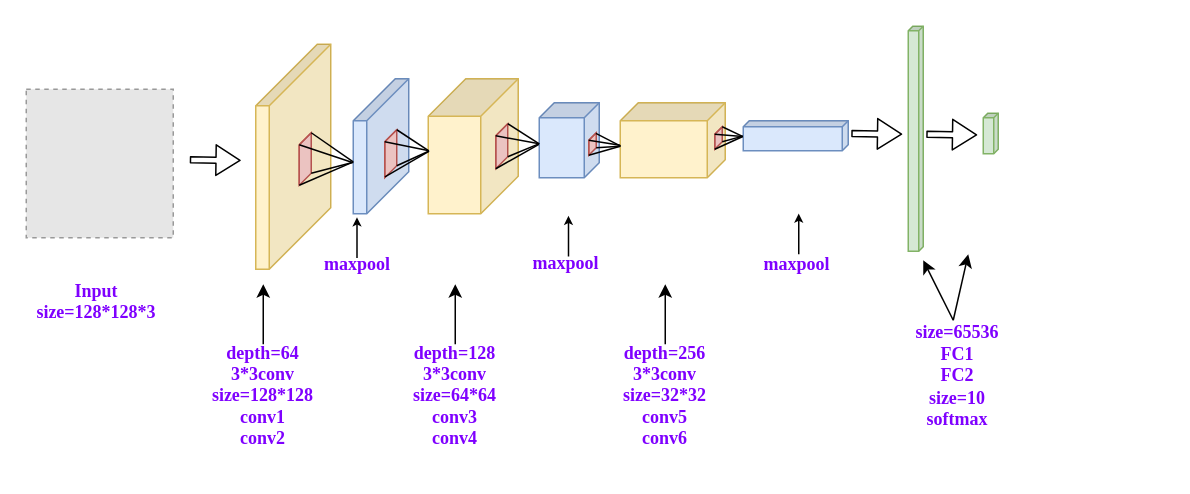
Above: cnn.drawio in ByronGe/ff (draw.io), before the change. Source tidied: cells renumbered, new cells numbered last; positions are measured from the earlier drawing's top-left corner, leaving out a move shared by most shapes. Both pictures are drawn from the tidied source at 150%, with x=0, y=0 at pixel (26, 26). Pictures stored in the file or linked from it are replaced by grey dashed boxes.
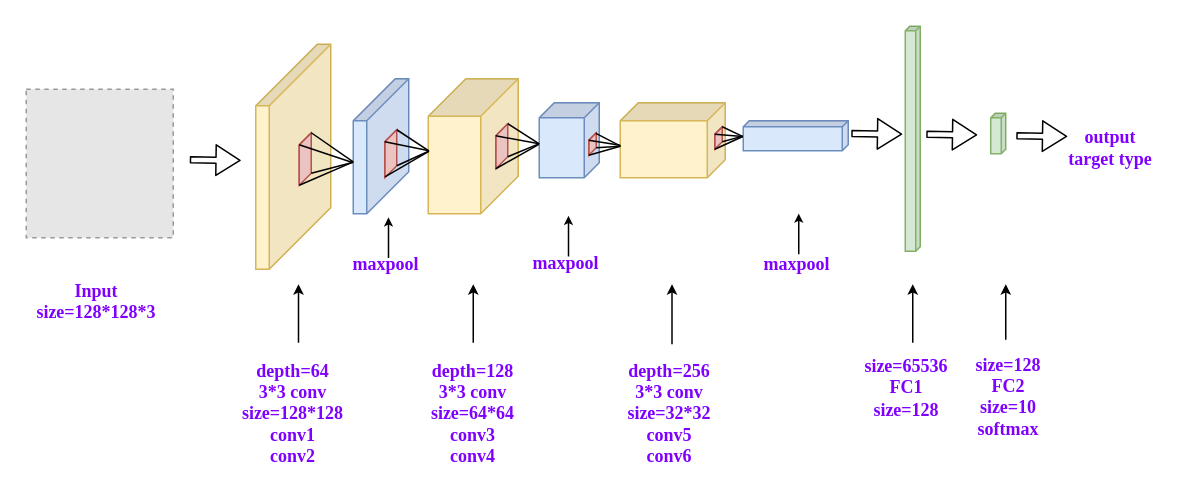
Above is the later version.

The edit, as a diff of the source:
```diff
@@
     <mxCell id="8" style="shape=cube;whiteSpace=wrap;html=1;boundedLbl=1;backgroundOutline=1;darkOpacity=0.05;darkOpacity2=0.1;fillColor=#d5e8d4;strokeColor=#82b366;size=3;direction=south;" parent="1" vertex="1">
-      <mxGeometry x="588" width="10" height="150" as="geometry" />
+      <mxGeometry x="586" width="10" height="150" as="geometry" />
     </mxCell>
     <mxCell id="9" style="shape=cube;whiteSpace=wrap;html=1;boundedLbl=1;backgroundOutline=1;darkOpacity=0.05;darkOpacity2=0.1;fillColor=#d5e8d4;strokeColor=#82b366;size=3;direction=south;" parent="1" vertex="1">
-      <mxGeometry x="638" y="58" width="10" height="27" as="geometry" />
+      <mxGeometry x="643" y="58" width="10" height="27" as="geometry" />
     </mxCell>
@@
-    <mxCell id="36" value="&lt;font color=&quot;#7f00ff&quot;&gt;&lt;b&gt;depth=64&lt;br&gt;3*3conv&lt;br&gt;size=128*128&lt;br&gt;conv1&lt;br&gt;conv2&lt;/b&gt;&lt;/font&gt;&lt;br&gt;" style="text;html=1;strokeColor=none;fillColor=none;align=center;verticalAlign=middle;whiteSpace=wrap;rounded=0;fontFamily=Times New Roman;" parent="1" vertex="1">
-      <mxGeometry x="118" y="212" width="80" height="68" as="geometry" />
+    <mxCell id="36" value="&lt;font color=&quot;#7f00ff&quot;&gt;&lt;b&gt;depth=64&lt;br&gt;3*3 conv&lt;br&gt;size=128*128&lt;br&gt;conv1&lt;br&gt;conv2&lt;/b&gt;&lt;/font&gt;&lt;br&gt;" style="text;html=1;strokeColor=none;fillColor=none;align=center;verticalAlign=middle;whiteSpace=wrap;rounded=0;fontFamily=Times New Roman;" parent="1" vertex="1">
+      <mxGeometry x="138" y="224" width="80" height="68" as="geometry" />
     </mxCell>
     <mxCell id="37" value="&lt;font color=&quot;#7f00ff&quot;&gt;&lt;b&gt;maxpool&lt;br&gt;&lt;/b&gt;&lt;/font&gt;&lt;br&gt;" style="text;html=1;strokeColor=none;fillColor=none;align=center;verticalAlign=middle;whiteSpace=wrap;rounded=0;fontFamily=Times New Roman;" parent="1" vertex="1">
-      <mxGeometry x="201" y="156" width="40" height="20" as="geometry" />
+      <mxGeometry x="220" y="156" width="40" height="20" as="geometry" />
     </mxCell>
@@
-    <mxCell id="40" value="&lt;font color=&quot;#7f00ff&quot;&gt;&lt;b&gt;size=65536&lt;br&gt;FC1&lt;br&gt;FC2&lt;br&gt;size=10&lt;br&gt;softmax&lt;br&gt;&lt;/b&gt;&lt;/font&gt;&lt;br&gt;" style="text;html=1;strokeColor=none;fillColor=none;align=center;verticalAlign=middle;whiteSpace=wrap;rounded=0;direction=south;fontFamily=Times New Roman;" parent="1" vertex="1">
-      <mxGeometry x="611" y="220" width="20" height="40" as="geometry" />
+    <mxCell id="40" value="&lt;font color=&quot;#7f00ff&quot; style=&quot;font-size: 12px&quot;&gt;&lt;b style=&quot;font-size: 12px&quot;&gt;size=65536&lt;br style=&quot;font-size: 12px&quot;&gt;FC1&lt;br style=&quot;font-size: 12px&quot;&gt;size=128&lt;br style=&quot;font-size: 12px&quot;&gt;&lt;/b&gt;&lt;/font&gt;&lt;br&gt;" style="text;html=1;strokeColor=none;fillColor=none;align=center;verticalAlign=middle;whiteSpace=wrap;rounded=0;direction=south;fontFamily=Times New Roman;" parent="1" vertex="1">
+      <mxGeometry x="577" y="228" width="20" height="40" as="geometry" />
     </mxCell>
@@
-    <mxCell id="43" style="endArrow=classic;html=1;exitX=0.5;exitY=0;exitDx=0;exitDy=0;" parent="1" edge="1" source="36">
+    <mxCell id="43" style="endArrow=classic;html=1;endSize=4;" parent="1" edge="1">
       <mxGeometry relative="1" as="geometry">
-        <mxPoint x="158" y="172" as="targetPoint" />
+        <mxPoint x="181.5" y="211" as="sourcePoint" />
+        <mxPoint x="181.5" y="172" as="targetPoint" />
       </mxGeometry>
     </mxCell>
-    <mxCell id="44" style="endArrow=classic;html=1;" parent="1" edge="1">
-      <mxGeometry relative="1" as="geometry">
-        <mxPoint x="618" y="196" as="sourcePoint" />
-        <mxPoint x="628" y="152" as="targetPoint" />
-      </mxGeometry>
-    </mxCell>
-    <mxCell id="45" style="endArrow=classic;html=1;" parent="1" edge="1">
-      <mxGeometry relative="1" as="geometry">
-        <mxPoint x="618" y="196" as="sourcePoint" />
-        <mxPoint x="598" y="156" as="targetPoint" />
-      </mxGeometry>
-    </mxCell>
@@
-    <mxCell id="47" style="endArrow=classic;html=1;exitX=0.5;exitY=0;exitDx=0;exitDy=0;" parent="1" edge="1" source="53">
-      <mxGeometry relative="1" as="geometry">
-        <mxPoint x="286" y="172" as="targetPoint" />
-      </mxGeometry>
-    </mxCell>
-    <mxCell id="48" style="endArrow=classic;html=1;endSize=6;exitX=0.5;exitY=0;exitDx=0;exitDy=0;" parent="1" edge="1" source="54">
-      <mxGeometry relative="1" as="geometry">
-        <mxPoint x="426" y="172" as="targetPoint" />
-      </mxGeometry>
-    </mxCell>
@@
     <mxCell id="52" style="endArrow=classic;html=1;entryX=0;entryY=0;entryDx=90;entryDy=34;entryPerimeter=0;endSize=3;" parent="1" edge="1">
       <mxGeometry relative="1" as="geometry">
-        <mxPoint x="220.5" y="154.5" as="sourcePoint" />
-        <mxPoint x="220.5" y="127.4" as="targetPoint" />
+        <mxPoint x="241.5" y="154.5" as="sourcePoint" />
+        <mxPoint x="241.5" y="127.4" as="targetPoint" />
       </mxGeometry>
     </mxCell>
-    <mxCell id="53" value="&lt;b&gt;&lt;font color=&quot;#7f00ff&quot;&gt;depth=128&lt;br&gt;3*3conv&lt;br&gt;size=64*64&lt;br&gt;conv3&lt;br&gt;conv4&lt;/font&gt;&lt;/b&gt;" style="text;html=1;strokeColor=none;fillColor=none;align=center;verticalAlign=middle;whiteSpace=wrap;rounded=0;fontFamily=Times New Roman;" parent="1" vertex="1">
-      <mxGeometry x="246" y="212" width="80" height="68" as="geometry" />
+    <mxCell id="53" value="&lt;b&gt;&lt;font color=&quot;#7f00ff&quot;&gt;depth=128&lt;br&gt;3*3 conv&lt;br&gt;size=64*64&lt;br&gt;conv3&lt;br&gt;conv4&lt;/font&gt;&lt;/b&gt;" style="text;html=1;strokeColor=none;fillColor=none;align=center;verticalAlign=middle;whiteSpace=wrap;rounded=0;fontFamily=Times New Roman;" parent="1" vertex="1">
+      <mxGeometry x="258" y="224" width="80" height="68" as="geometry" />
     </mxCell>
-    <mxCell id="54" value="&lt;b&gt;&lt;font color=&quot;#7f00ff&quot;&gt;depth=256&lt;br&gt;3*3conv&lt;br&gt;size=32*32&lt;br&gt;conv5&lt;br&gt;conv6&lt;/font&gt;&lt;/b&gt;" style="text;html=1;strokeColor=none;fillColor=none;align=center;verticalAlign=middle;whiteSpace=wrap;rounded=0;fontFamily=Times New Roman;" parent="1" vertex="1">
-      <mxGeometry x="386" y="212" width="80" height="68" as="geometry" />
+    <mxCell id="54" value="&lt;b&gt;&lt;font color=&quot;#7f00ff&quot;&gt;depth=256&lt;br&gt;3*3 conv&lt;br&gt;size=32*32&lt;br&gt;conv5&lt;br&gt;conv6&lt;/font&gt;&lt;/b&gt;" style="text;html=1;strokeColor=none;fillColor=none;align=center;verticalAlign=middle;whiteSpace=wrap;rounded=0;fontFamily=Times New Roman;" parent="1" vertex="1">
+      <mxGeometry x="389" y="224" width="80" height="68" as="geometry" />
     </mxCell>
+    <mxCell id="55" style="endArrow=classic;html=1;endSize=4;exitX=0.5;exitY=0;exitDx=0;exitDy=0;" parent="1" edge="1">
+      <mxGeometry relative="1" as="geometry">
+        <mxPoint x="591" y="211" as="sourcePoint" />
+        <mxPoint x="591" y="172" as="targetPoint" />
+      </mxGeometry>
+    </mxCell>
+    <mxCell id="56" style="endArrow=classic;html=1;endSize=4;exitX=0.5;exitY=0;exitDx=0;exitDy=0;" parent="1" edge="1">
+      <mxGeometry relative="1" as="geometry">
+        <mxPoint x="653" y="209" as="sourcePoint" />
+        <mxPoint x="653" y="172" as="targetPoint" />
+      </mxGeometry>
+    </mxCell>
+    <mxCell id="57" value="&lt;font color=&quot;#7f00ff&quot;&gt;&lt;b&gt;size=128&lt;br&gt;FC2&lt;br&gt;size=10&lt;br&gt;softmax&lt;br&gt;&lt;/b&gt;&lt;/font&gt;&lt;br&gt;" style="text;html=1;strokeColor=none;fillColor=none;align=center;verticalAlign=middle;whiteSpace=wrap;rounded=0;direction=south;fontFamily=Times New Roman;" parent="1" vertex="1">
+      <mxGeometry x="645" y="234" width="20" height="40" as="geometry" />
+    </mxCell>
+    <mxCell id="58" style="endArrow=classic;html=1;endSize=4;" parent="1" edge="1">
+      <mxGeometry relative="1" as="geometry">
+        <mxPoint x="298" y="211" as="sourcePoint" />
+        <mxPoint x="298" y="172" as="targetPoint" />
+      </mxGeometry>
+    </mxCell>
+    <mxCell id="59" style="endArrow=classic;html=1;endSize=4;" parent="1" edge="1">
+      <mxGeometry relative="1" as="geometry">
+        <mxPoint x="430.5" y="212" as="sourcePoint" />
+        <mxPoint x="430.5" y="172" as="targetPoint" />
+      </mxGeometry>
+    </mxCell>
+    <mxCell id="60" style="shape=flexArrow;endArrow=classic;html=1;endWidth=15.428571428571429;endSize=5;startWidth=15.428571428571429;startSize=5;width=4;" parent="1" edge="1">
+      <mxGeometry relative="1" as="geometry">
+        <mxPoint x="660" y="73" as="sourcePoint" />
+        <mxPoint x="694" y="73.5" as="targetPoint" />
+      </mxGeometry>
+    </mxCell>
+    <mxCell id="61" value="&lt;font color=&quot;#7f00ff&quot; face=&quot;Times New Roman&quot;&gt;&lt;b&gt;output&lt;br&gt;target type&lt;/b&gt;&lt;/font&gt;&lt;br&gt;" style="text;html=1;strokeColor=none;fillColor=none;align=center;verticalAlign=middle;whiteSpace=wrap;rounded=0;" parent="1" vertex="1">
+      <mxGeometry x="688" y="71" width="70" height="20" as="geometry" />
+    </mxCell>
```
